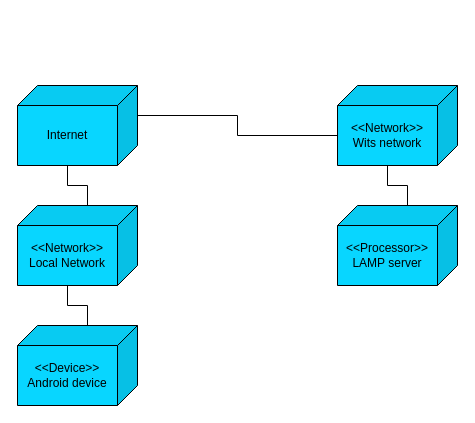
Makizoro/Overclock keeps this draw.io diagram as Diagrams/Deployment_Diagram.drawio. Above is the earlier version. Source tidied: cells renumbered, new cells numbered last; positions are measured from the earlier drawing's top-left corner, leaving out a move shared by most shapes. Both pictures are drawn from the tidied source at 100%, with x=0, y=0 at pixel (17, 85).
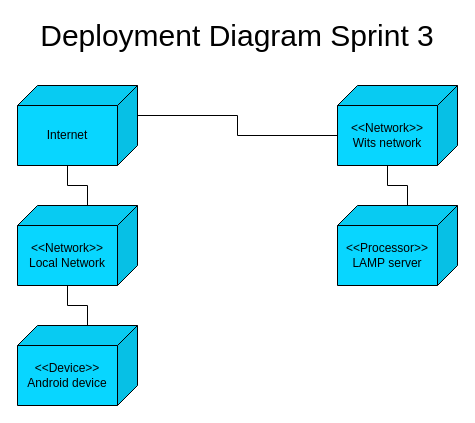
The same page after the edit.

Diff of the diagram source:
```diff
@@
 <mxGraphModel>
   <root>
     <mxCell id="0" />
     <mxCell id="1" parent="0" />
     <mxCell id="2" style="edgeStyle=orthogonalEdgeStyle;rounded=0;jettySize=auto;html=1;exitX=0;exitY=0;exitDx=50;exitDy=0;exitPerimeter=0;entryX=0;entryY=0;entryDx=70;entryDy=80;entryPerimeter=0;endArrow=none;endFill=0;" parent="1" edge="1" source="3" target="5">
       <mxGeometry relative="1" as="geometry" />
     </mxCell>
     <mxCell id="3" value="&amp;lt;&amp;lt;Device&amp;gt;&amp;gt;&lt;br&gt;Android device" style="shape=cube;whiteSpace=wrap;html=1;boundedLbl=1;backgroundOutline=1;darkOpacity=0.05;darkOpacity2=0.1;flipH=1;fillColor=#08D6FF;" parent="1" vertex="1">
       <mxGeometry y="240" width="120" height="80" as="geometry" />
     </mxCell>
     <mxCell id="4" style="edgeStyle=orthogonalEdgeStyle;rounded=0;jettySize=auto;html=1;exitX=0;exitY=0;exitDx=50;exitDy=0;exitPerimeter=0;entryX=0;entryY=0;entryDx=70;entryDy=80;entryPerimeter=0;endArrow=none;endFill=0;" parent="1" edge="1" source="5" target="7">
       <mxGeometry relative="1" as="geometry" />
     </mxCell>
     <mxCell id="5" value="&amp;lt;&amp;lt;Network&amp;gt;&amp;gt;&lt;br&gt;Local Network" style="shape=cube;whiteSpace=wrap;html=1;boundedLbl=1;backgroundOutline=1;darkOpacity=0.05;darkOpacity2=0.1;flipH=1;fillColor=#08D6FF;" parent="1" vertex="1">
       <mxGeometry y="120" width="120" height="80" as="geometry" />
     </mxCell>
     <mxCell id="6" style="edgeStyle=orthogonalEdgeStyle;rounded=0;jettySize=auto;html=1;exitX=0;exitY=0;exitDx=0;exitDy=30;exitPerimeter=0;entryX=0;entryY=0;entryDx=120;entryDy=50;entryPerimeter=0;endArrow=none;endFill=0;" parent="1" edge="1" source="7" target="9">
       <mxGeometry relative="1" as="geometry" />
     </mxCell>
     <mxCell id="7" value="Internet" style="shape=cube;whiteSpace=wrap;html=1;boundedLbl=1;backgroundOutline=1;darkOpacity=0.05;darkOpacity2=0.1;flipH=1;fillColor=#08D6FF;" parent="1" vertex="1">
       <mxGeometry width="120" height="80" as="geometry" />
     </mxCell>
     <mxCell id="8" style="edgeStyle=orthogonalEdgeStyle;rounded=0;jettySize=auto;html=1;exitX=0;exitY=0;exitDx=70;exitDy=80;exitPerimeter=0;entryX=0;entryY=0;entryDx=50;entryDy=0;entryPerimeter=0;endArrow=none;endFill=0;" parent="1" edge="1" source="9" target="10">
       <mxGeometry relative="1" as="geometry" />
     </mxCell>
     <mxCell id="9" value="&amp;lt;&amp;lt;Network&amp;gt;&amp;gt;&lt;br&gt;Wits network" style="shape=cube;whiteSpace=wrap;html=1;boundedLbl=1;backgroundOutline=1;darkOpacity=0.05;darkOpacity2=0.1;flipH=1;fillColor=#08D6FF;" parent="1" vertex="1">
       <mxGeometry x="320" width="120" height="80" as="geometry" />
     </mxCell>
     <mxCell id="10" value="&amp;lt;&amp;lt;Processor&amp;gt;&amp;gt;&lt;br&gt;LAMP server" style="shape=cube;whiteSpace=wrap;html=1;boundedLbl=1;backgroundOutline=1;darkOpacity=0.05;darkOpacity2=0.1;flipH=1;fillColor=#08D6FF;" parent="1" vertex="1">
       <mxGeometry x="320" y="120" width="120" height="80" as="geometry" />
     </mxCell>
+    <mxCell id="11" value="Deployment Diagram Sprint 3" style="text;html=1;strokeColor=none;fillColor=none;align=center;verticalAlign=middle;whiteSpace=wrap;rounded=0;fontSize=30;" parent="1" vertex="1">
+      <mxGeometry y="-60" width="440" height="20" as="geometry" />
+    </mxCell>
   </root>
 </mxGraphModel>
```
